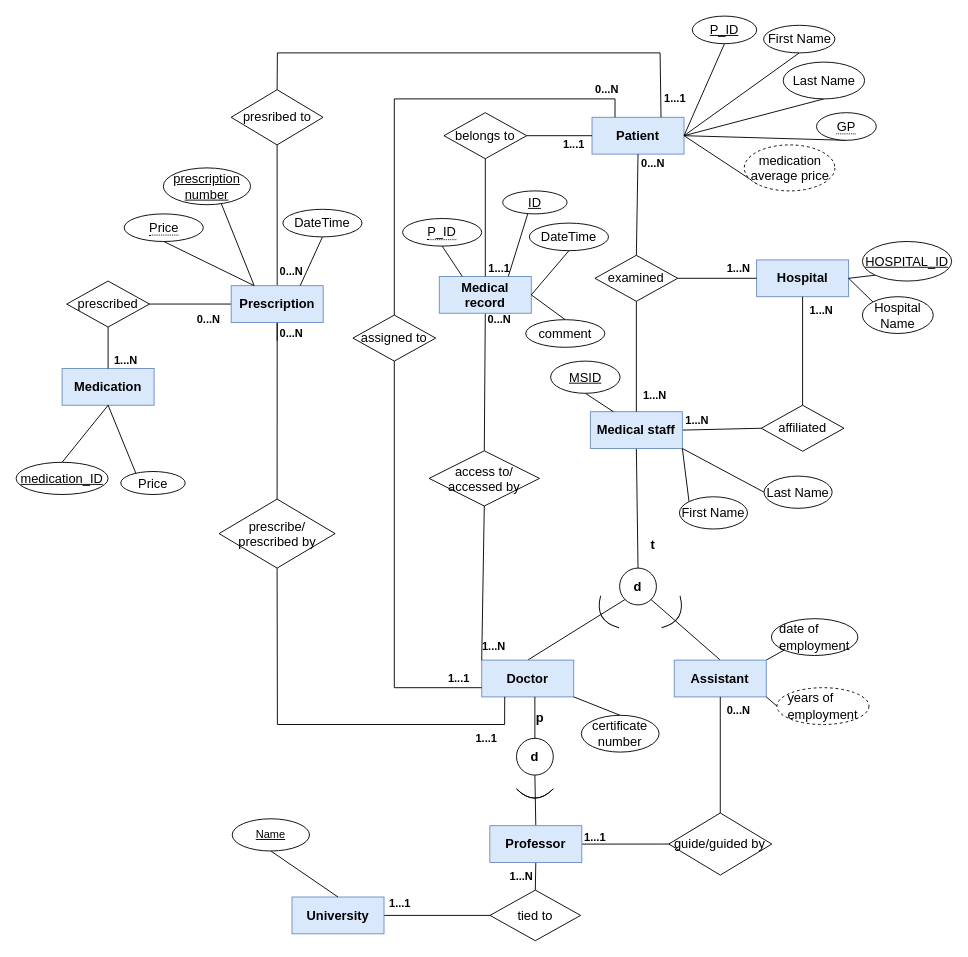
The draw.io diagram Untitled Diagram.drawio in fragolaTJ/TTtrak, before the edit. Source tidied: cells renumbered, new cells numbered last; positions are measured from the earlier drawing's top-left corner, leaving out a move shared by most shapes. Both pictures are drawn from the tidied source at 92%, with x=0, y=0 at pixel (16, 16).
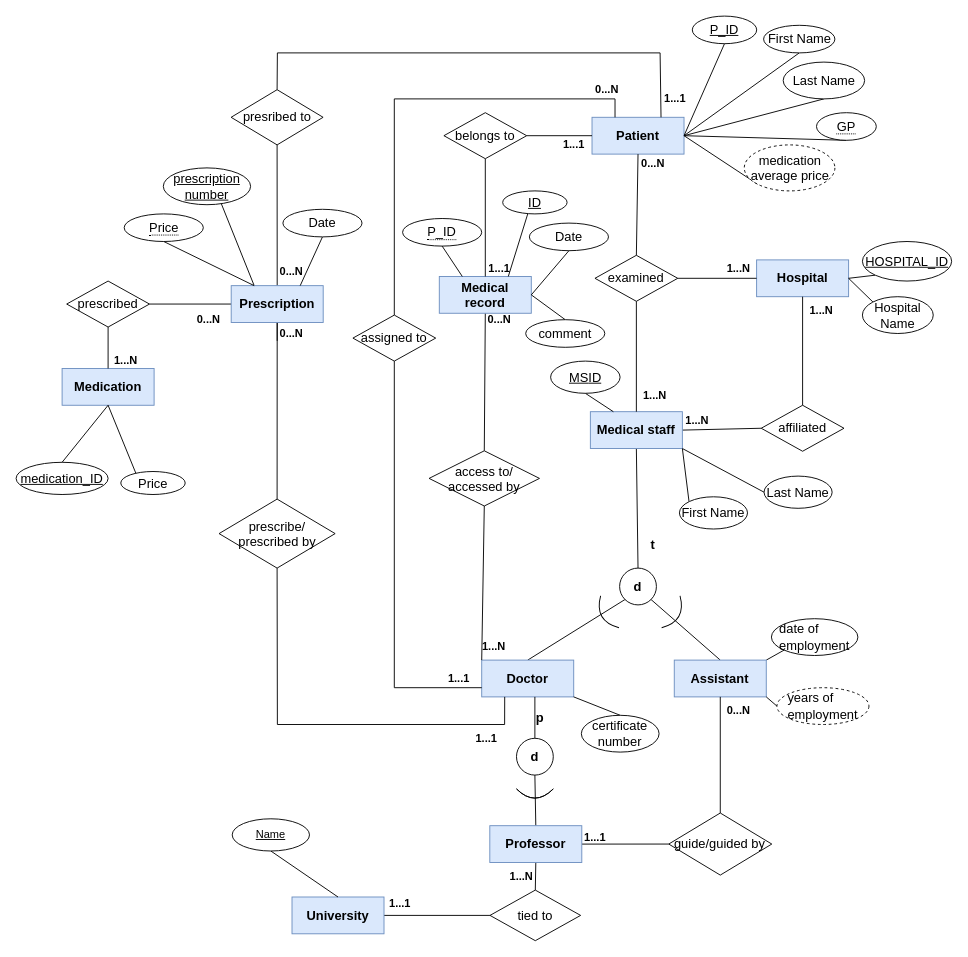
The same diagram, later.

The edit, as a diff of the source:
```diff
@@
-    <mxCell id="118" value="&lt;font style=&quot;font-size: 14px;&quot;&gt;DateTime&lt;/font&gt;" style="ellipse;whiteSpace=wrap;html=1;align=center;" parent="1" vertex="1">
+    <mxCell id="118" value="&lt;font style=&quot;font-size: 14px;&quot;&gt;Date&lt;/font&gt;" style="ellipse;whiteSpace=wrap;html=1;align=center;" parent="1" vertex="1">
       <mxGeometry x="290" y="210" width="86" height="30" as="geometry" />
     </mxCell>
@@
-    <mxCell id="121" value="&lt;font style=&quot;font-size: 14px;&quot;&gt;DateTime&lt;/font&gt;" style="ellipse;whiteSpace=wrap;html=1;align=center;" parent="1" vertex="1">
+    <mxCell id="121" value="&lt;font style=&quot;font-size: 14px;&quot;&gt;Date&lt;/font&gt;" style="ellipse;whiteSpace=wrap;html=1;align=center;" parent="1" vertex="1">
       <mxGeometry x="557.9" y="225" width="86" height="30" as="geometry" />
     </mxCell>
```
